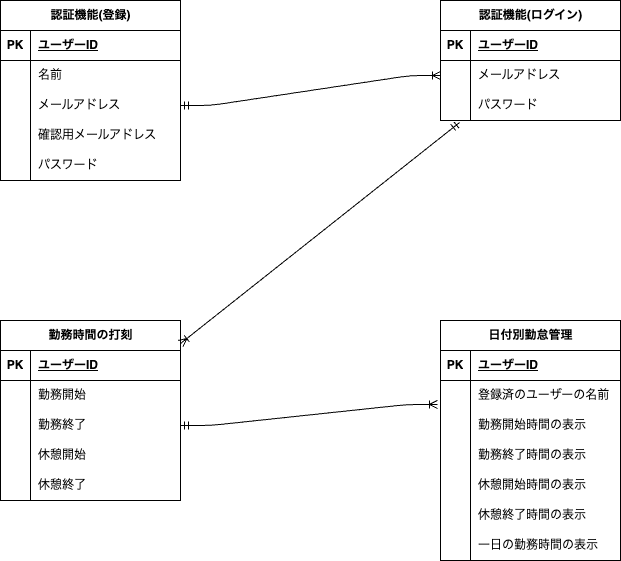
yuka5656/Case_1 keeps this draw.io diagram as img/index.drawio.png. Above is the earlier version. Source tidied: cells renumbered, new cells last; positions are measured from the earlier drawing's top-left corner, leaving out a move shared by most shapes.
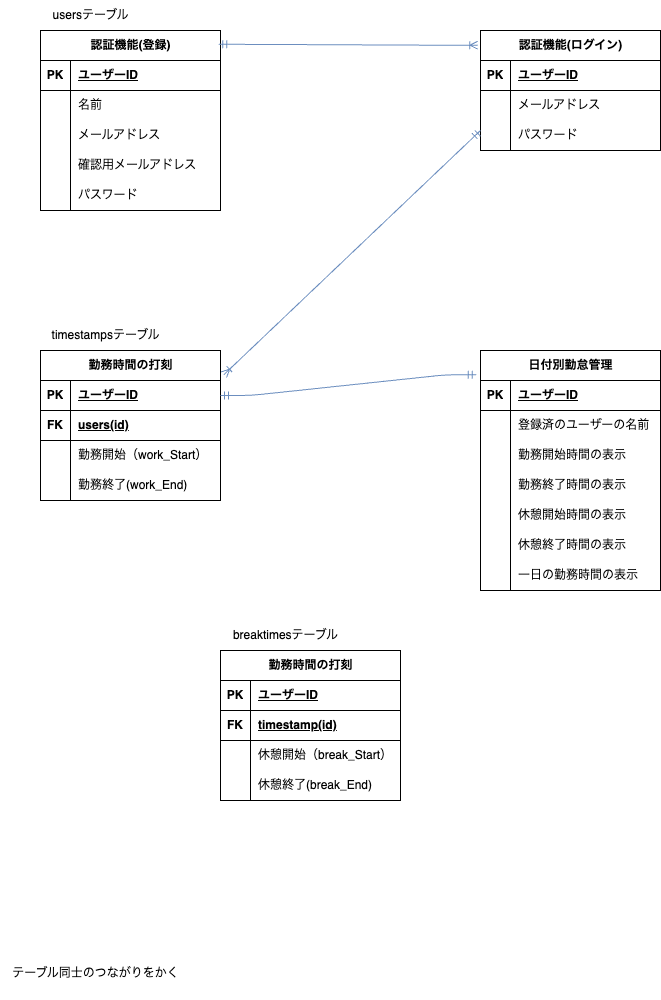
Later version of the same file.

The edit, as a diff of the source:
```diff
@@ -81,7 +81,7 @@
       <mxGeometry x="30" width="150" height="30" as="geometry" />
     </mxCell>
     <mxCell id="28" value="勤務時間の打刻" style="shape=table;startSize=30;rowLines=0;fontStyle=1;align=center;html=1;" parent="1" vertex="1">
-      <mxGeometry y="320" width="180" height="180" as="geometry" />
+      <mxGeometry y="320" width="180" height="150" as="geometry" />
     </mxCell>
     <mxCell id="29" style="shape=tableRow;horizontal=0;startSize=0;swimlaneHead=0;swimlaneBody=0;fillColor=none;points=[[0,0.5],[1,0.5]];portConstraint=eastwest;top=0;left=0;right=0;bottom=1;" parent="28" vertex="1">
       <mxGeometry y="30" width="180" height="30" as="geometry" />
@@ -92,42 +92,33 @@
     <mxCell id="31" value="ユーザーID" style="shape=partialRectangle;fillColor=none;top=0;left=0;bottom=0;right=0;align=left;spacingLeft=6;fontStyle=5;overflow=hidden;whiteSpace=wrap;html=1;" parent="29" vertex="1">
       <mxGeometry x="30" width="150" height="30" as="geometry" />
     </mxCell>
+    <mxCell id="69" style="shape=tableRow;horizontal=0;startSize=0;swimlaneHead=0;swimlaneBody=0;fillColor=none;top=0;left=0;right=0;bottom=1;" parent="28" vertex="1">
+      <mxGeometry y="60" width="180" height="30" as="geometry" />
+    </mxCell>
+    <mxCell id="70" value="FK" style="shape=partialRectangle;fillColor=none;top=0;left=0;bottom=0;right=0;fontStyle=1;overflow=hidden;whiteSpace=wrap;html=1;" parent="69" vertex="1">
+      <mxGeometry width="30" height="30" as="geometry" />
+    </mxCell>
+    <mxCell id="71" value="users(id)" style="shape=partialRectangle;fillColor=none;top=0;left=0;bottom=0;right=0;align=left;spacingLeft=6;fontStyle=5;overflow=hidden;whiteSpace=wrap;html=1;" parent="69" vertex="1">
+      <mxGeometry x="30" width="150" height="30" as="geometry" />
+    </mxCell>
     <mxCell id="32" style="shape=tableRow;horizontal=0;startSize=0;swimlaneHead=0;swimlaneBody=0;fillColor=none;top=0;left=0;right=0;bottom=0;" parent="28" vertex="1">
-      <mxGeometry y="60" width="180" height="30" as="geometry" />
+      <mxGeometry y="90" width="180" height="30" as="geometry" />
     </mxCell>
     <mxCell id="33" style="shape=partialRectangle;fillColor=none;top=0;left=0;bottom=0;right=0;overflow=hidden;whiteSpace=wrap;html=1;" parent="32" vertex="1">
       <mxGeometry width="30" height="30" as="geometry" />
     </mxCell>
-    <mxCell id="34" value="勤務開始" style="shape=partialRectangle;fillColor=none;top=0;left=0;bottom=0;right=0;align=left;spacingLeft=6;overflow=hidden;whiteSpace=wrap;html=1;" parent="32" vertex="1">
+    <mxCell id="34" value="勤務開始（work_Start）" style="shape=partialRectangle;fillColor=none;top=0;left=0;bottom=0;right=0;align=left;spacingLeft=6;overflow=hidden;whiteSpace=wrap;html=1;" parent="32" vertex="1">
       <mxGeometry x="30" width="150" height="30" as="geometry" />
     </mxCell>
     <mxCell id="35" style="shape=tableRow;horizontal=0;startSize=0;swimlaneHead=0;swimlaneBody=0;fillColor=none;points=[[0,0.5],[1,0.5]];portConstraint=eastwest;top=0;left=0;right=0;bottom=0;" parent="28" vertex="1">
-      <mxGeometry y="90" width="180" height="30" as="geometry" />
+      <mxGeometry y="120" width="180" height="30" as="geometry" />
     </mxCell>
     <mxCell id="36" style="shape=partialRectangle;fillColor=none;top=0;left=0;bottom=0;right=0;overflow=hidden;whiteSpace=wrap;html=1;" parent="35" vertex="1">
       <mxGeometry width="30" height="30" as="geometry" />
     </mxCell>
-    <mxCell id="37" value="勤務終了" style="shape=partialRectangle;fillColor=none;top=0;left=0;bottom=0;right=0;align=left;spacingLeft=6;overflow=hidden;whiteSpace=wrap;html=1;" parent="35" vertex="1">
+    <mxCell id="37" value="勤務終了(work_End)" style="shape=partialRectangle;fillColor=none;top=0;left=0;bottom=0;right=0;align=left;spacingLeft=6;overflow=hidden;whiteSpace=wrap;html=1;" parent="35" vertex="1">
       <mxGeometry x="30" width="150" height="30" as="geometry" />
     </mxCell>
-    <mxCell id="38" style="shape=tableRow;horizontal=0;startSize=0;swimlaneHead=0;swimlaneBody=0;fillColor=none;top=0;left=0;right=0;bottom=0;" parent="28" vertex="1">
-      <mxGeometry y="120" width="180" height="30" as="geometry" />
-    </mxCell>
-    <mxCell id="39" style="shape=partialRectangle;fillColor=none;top=0;left=0;bottom=0;right=0;overflow=hidden;whiteSpace=wrap;html=1;" parent="38" vertex="1">
-      <mxGeometry width="30" height="30" as="geometry" />
-    </mxCell>
-    <mxCell id="40" value="休憩開始" style="shape=partialRectangle;fillColor=none;top=0;left=0;bottom=0;right=0;align=left;spacingLeft=6;overflow=hidden;whiteSpace=wrap;html=1;" parent="38" vertex="1">
-      <mxGeometry x="30" width="150" height="30" as="geometry" />
-    </mxCell>
-    <mxCell id="41" style="shape=tableRow;horizontal=0;startSize=0;swimlaneHead=0;swimlaneBody=0;fillColor=none;top=0;left=0;right=0;bottom=0;" parent="28" vertex="1">
-      <mxGeometry y="150" width="180" height="30" as="geometry" />
-    </mxCell>
-    <mxCell id="42" style="shape=partialRectangle;fillColor=none;top=0;left=0;bottom=0;right=0;overflow=hidden;whiteSpace=wrap;html=1;" parent="41" vertex="1">
-      <mxGeometry width="30" height="30" as="geometry" />
-    </mxCell>
-    <mxCell id="43" value="休憩終了" style="shape=partialRectangle;fillColor=none;top=0;left=0;bottom=0;right=0;align=left;spacingLeft=6;overflow=hidden;whiteSpace=wrap;html=1;" parent="41" vertex="1">
-      <mxGeometry x="30" width="150" height="30" as="geometry" />
-    </mxCell>
     <mxCell id="44" value="日付別勤怠管理" style="shape=table;startSize=30;rowLines=0;fontStyle=1;align=center;html=1;" parent="1" vertex="1">
       <mxGeometry x="440" y="320" width="180" height="240" as="geometry" />
     </mxCell>
@@ -194,20 +185,75 @@
     <mxCell id="65" value="一日の勤務時間の表示" style="shape=partialRectangle;fillColor=none;top=0;left=0;bottom=0;right=0;align=left;spacingLeft=6;overflow=hidden;whiteSpace=wrap;html=1;" parent="63" vertex="1">
       <mxGeometry x="30" width="150" height="30" as="geometry" />
     </mxCell>
-    <mxCell id="66" style="edgeStyle=entityRelationEdgeStyle;fontSize=12;html=1;endArrow=ERoneToMany;startArrow=ERmandOne;exitX=1;exitY=0.5;exitDx=0;exitDy=0;entryX=0;entryY=0.5;entryDx=0;entryDy=0;" parent="1" edge="1" source="9" target="22">
+    <mxCell id="66" style="edgeStyle=entityRelationEdgeStyle;fontSize=12;html=1;endArrow=ERoneToMany;startArrow=ERmandOne;entryX=-0.015;entryY=0.123;entryDx=0;entryDy=0;entryPerimeter=0;exitX=0.99;exitY=0.077;exitDx=0;exitDy=0;exitPerimeter=0;fillColor=#dae8fc;strokeColor=#6c8ebf;" parent="1" edge="1" source="2" target="18">
       <mxGeometry relative="1" as="geometry">
         <Array as="points">
+          <mxPoint x="190" y="30" />
           <mxPoint x="190" y="160" />
           <mxPoint x="170" y="80" />
           <mxPoint x="200" y="130" />
         </Array>
       </mxGeometry>
     </mxCell>
-    <mxCell id="67" style="fontSize=12;html=1;endArrow=ERoneToMany;startArrow=ERmandOne;entryX=1;entryY=0.128;entryDx=0;entryDy=0;entryPerimeter=0;exitX=0.106;exitY=1.067;exitDx=0;exitDy=0;exitPerimeter=0;" parent="1" edge="1" source="25" target="28">
-      <mxGeometry relative="1" as="geometry" />
+    <mxCell id="67" style="fontSize=12;html=1;endArrow=ERoneToMany;startArrow=ERmandOne;exitX=-0.018;exitY=0.19;exitDx=0;exitDy=0;exitPerimeter=0;fillColor=#dae8fc;strokeColor=#6c8ebf;" parent="1" edge="1">
+      <mxGeometry relative="1" as="geometry">
+        <mxPoint x="440" y="100" as="sourcePoint" />
+        <mxPoint x="183.2" y="344.3" as="targetPoint" />
+      </mxGeometry>
     </mxCell>
-    <mxCell id="68" style="edgeStyle=entityRelationEdgeStyle;fontSize=12;html=1;endArrow=ERoneToMany;startArrow=ERmandOne;exitX=1;exitY=0.5;exitDx=0;exitDy=0;entryX=-0.017;entryY=0.8;entryDx=0;entryDy=0;entryPerimeter=0;" parent="1" edge="1" source="35" target="48">
-      <mxGeometry relative="1" as="geometry" />
-    </mxCell>
+    <mxCell id="72" value="テーブル同士のつながりをかく&lt;div&gt;&lt;br&gt;&lt;/div&gt;" style="text;html=1;align=center;verticalAlign=middle;strokeColor=none;fillColor=none;" parent="1" vertex="1">
+      <mxGeometry x="-40" y="930" width="190" height="40" as="geometry" />
+    </mxCell>
+    <mxCell id="73" style="edgeStyle=entityRelationEdgeStyle;fontSize=12;html=1;endArrow=ERmandOne;startArrow=ERmandOne;exitX=1;exitY=0.5;exitDx=0;exitDy=0;entryX=-0.024;entryY=0.101;entryDx=0;entryDy=0;entryPerimeter=0;fillColor=#dae8fc;strokeColor=#6c8ebf;" parent="1" edge="1" source="29" target="44">
+      <mxGeometry relative="1" as="geometry" />
+    </mxCell>
+    <mxCell id="74" value="勤務時間の打刻" style="shape=table;startSize=30;rowLines=0;fontStyle=1;align=center;html=1;" parent="1" vertex="1">
+      <mxGeometry x="180" y="620" width="180" height="150" as="geometry" />
+    </mxCell>
+    <mxCell id="75" style="shape=tableRow;horizontal=0;startSize=0;swimlaneHead=0;swimlaneBody=0;fillColor=none;top=0;left=0;right=0;bottom=1;" parent="74" vertex="1">
+      <mxGeometry y="30" width="180" height="30" as="geometry" />
+    </mxCell>
+    <mxCell id="76" value="PK" style="shape=partialRectangle;fillColor=none;top=0;left=0;bottom=0;right=0;fontStyle=1;overflow=hidden;whiteSpace=wrap;html=1;" parent="75" vertex="1">
+      <mxGeometry width="30" height="30" as="geometry" />
+    </mxCell>
+    <mxCell id="77" value="ユーザーID" style="shape=partialRectangle;fillColor=none;top=0;left=0;bottom=0;right=0;align=left;spacingLeft=6;fontStyle=5;overflow=hidden;whiteSpace=wrap;html=1;" parent="75" vertex="1">
+      <mxGeometry x="30" width="150" height="30" as="geometry" />
+    </mxCell>
+    <mxCell id="78" style="shape=tableRow;horizontal=0;startSize=0;swimlaneHead=0;swimlaneBody=0;fillColor=none;top=0;left=0;right=0;bottom=1;" parent="74" vertex="1">
+      <mxGeometry y="60" width="180" height="30" as="geometry" />
+    </mxCell>
+    <mxCell id="79" value="FK" style="shape=partialRectangle;fillColor=none;top=0;left=0;bottom=0;right=0;fontStyle=1;overflow=hidden;whiteSpace=wrap;html=1;" parent="78" vertex="1">
+      <mxGeometry width="30" height="30" as="geometry" />
+    </mxCell>
+    <mxCell id="80" value="timestamp(id)" style="shape=partialRectangle;fillColor=none;top=0;left=0;bottom=0;right=0;align=left;spacingLeft=6;fontStyle=5;overflow=hidden;whiteSpace=wrap;html=1;" parent="78" vertex="1">
+      <mxGeometry x="30" width="150" height="30" as="geometry" />
+    </mxCell>
+    <mxCell id="81" style="shape=tableRow;horizontal=0;startSize=0;swimlaneHead=0;swimlaneBody=0;fillColor=none;top=0;left=0;right=0;bottom=0;" parent="74" vertex="1">
+      <mxGeometry y="90" width="180" height="30" as="geometry" />
+    </mxCell>
+    <mxCell id="82" style="shape=partialRectangle;fillColor=none;top=0;left=0;bottom=0;right=0;overflow=hidden;whiteSpace=wrap;html=1;" parent="81" vertex="1">
+      <mxGeometry width="30" height="30" as="geometry" />
+    </mxCell>
+    <mxCell id="83" value="休憩開始（break_Start）" style="shape=partialRectangle;fillColor=none;top=0;left=0;bottom=0;right=0;align=left;spacingLeft=6;overflow=hidden;whiteSpace=wrap;html=1;" parent="81" vertex="1">
+      <mxGeometry x="30" width="150" height="30" as="geometry" />
+    </mxCell>
+    <mxCell id="38" style="shape=tableRow;horizontal=0;startSize=0;swimlaneHead=0;swimlaneBody=0;fillColor=none;top=0;left=0;right=0;bottom=0;" parent="74" vertex="1">
+      <mxGeometry y="120" width="180" height="30" as="geometry" />
+    </mxCell>
+    <mxCell id="84" style="shape=partialRectangle;fillColor=none;top=0;left=0;bottom=0;right=0;overflow=hidden;whiteSpace=wrap;html=1;" parent="38" vertex="1">
+      <mxGeometry width="30" height="30" as="geometry" />
+    </mxCell>
+    <mxCell id="85" value="休憩終了(break_End)" style="shape=partialRectangle;fillColor=none;top=0;left=0;bottom=0;right=0;align=left;spacingLeft=6;overflow=hidden;whiteSpace=wrap;html=1;" parent="38" vertex="1">
+      <mxGeometry x="30" width="150" height="30" as="geometry" />
+    </mxCell>
+    <mxCell id="86" value="usersテーブル" style="text;html=1;align=center;verticalAlign=middle;strokeColor=none;fillColor=none;" parent="1" vertex="1">
+      <mxGeometry y="-30" width="100" height="30" as="geometry" />
+    </mxCell>
+    <mxCell id="87" value="timestampsテーブル" style="text;html=1;align=center;verticalAlign=middle;strokeColor=none;fillColor=none;" parent="1" vertex="1">
+      <mxGeometry y="290" width="130" height="30" as="geometry" />
+    </mxCell>
+    <mxCell id="88" value="breaktimesテーブル" style="text;html=1;align=center;verticalAlign=middle;strokeColor=none;fillColor=none;" parent="1" vertex="1">
+      <mxGeometry x="180" y="590" width="130" height="30" as="geometry" />
+    </mxCell>
   </root>
 </mxGraphModel>
```
